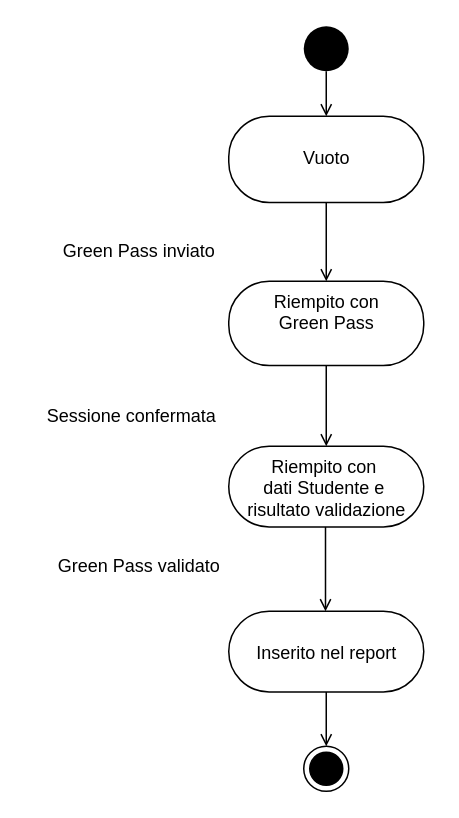
Alberto-00/EasyPass keeps this draw.io diagram as Documentazione/Resources/Statechart Esito.drawio. Above is the earlier version. Source tidied: cells renumbered, new cells numbered last; positions are measured from the earlier drawing's top-left corner, leaving out a move shared by most shapes. Both pictures are drawn from the tidied source at 150%, with x=0, y=0 at pixel (33, 26).
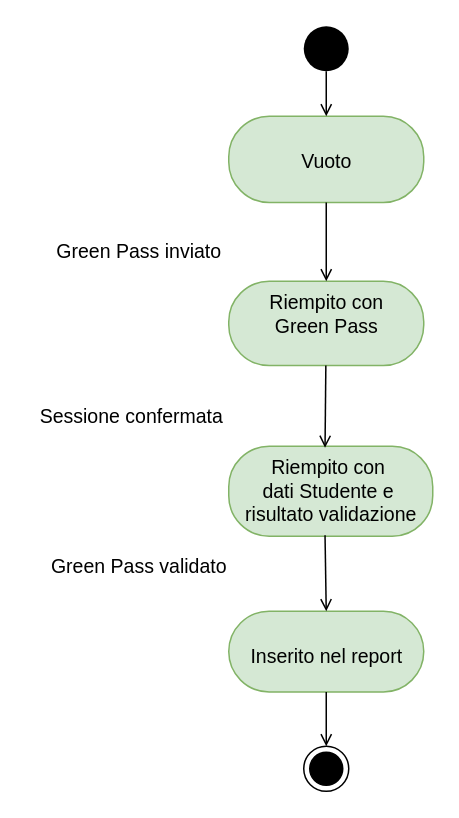
The same page after the edit.

Diff of the diagram source:
```diff
@@
 <mxGraphModel>
   <root>
     <mxCell id="0" />
     <mxCell id="1" parent="0" />
     <mxCell id="2" style="ellipse;fillColor=#000000;strokeColor=none;rotation=90;direction=south;" parent="1" vertex="1">
       <mxGeometry x="180" width="30" height="30" as="geometry" />
     </mxCell>
-    <mxCell id="3" value="&lt;br&gt;Vuoto" style="html=1;align=center;verticalAlign=top;rounded=1;absoluteArcSize=1;arcSize=54;dashed=0;" parent="1" vertex="1">
+    <mxCell id="3" value="&lt;font style=&quot;font-size: 13px&quot;&gt;&lt;br&gt;Vuoto&lt;/font&gt;" style="html=1;align=center;verticalAlign=top;rounded=1;absoluteArcSize=1;arcSize=54;dashed=0;fillColor=#d5e8d4;strokeColor=#82b366;" parent="1" vertex="1">
       <mxGeometry x="130" y="60" width="130" height="57.5" as="geometry" />
     </mxCell>
     <mxCell id="4" style="ellipse;html=1;shape=endState;fillColor=#000000;strokeColor=#000000;" parent="1" vertex="1">
       <mxGeometry x="180" y="480" width="30" height="30" as="geometry" />
     </mxCell>
-    <mxCell id="5" value="Green Pass inviato" style="text;html=1;align=center;verticalAlign=middle;strokeColor=none;fillColor=none;" parent="1" vertex="1">
-      <mxGeometry x="10" y="140" width="120" height="20" as="geometry" />
+    <mxCell id="5" value="&lt;font style=&quot;font-size: 13px&quot;&gt;Green Pass inviato&lt;/font&gt;" style="text;html=1;align=center;verticalAlign=middle;strokeColor=none;fillColor=none;" parent="1" vertex="1">
+      <mxGeometry x="5" y="140" width="130" height="20" as="geometry" />
     </mxCell>
-    <mxCell id="6" value="Green Pass validato" style="text;html=1;align=center;verticalAlign=middle;strokeColor=none;fillColor=none;" parent="1" vertex="1">
-      <mxGeometry x="10" y="350" width="120" height="20" as="geometry" />
+    <mxCell id="6" value="&lt;font style=&quot;font-size: 13px&quot;&gt;Green Pass validato&lt;/font&gt;" style="text;html=1;align=center;verticalAlign=middle;strokeColor=none;fillColor=none;" parent="1" vertex="1">
+      <mxGeometry x="5" y="350" width="130" height="20" as="geometry" />
     </mxCell>
-    <mxCell id="7" value="Riempito con&amp;nbsp;&lt;br&gt;dati Studente e&amp;nbsp;&lt;br&gt;risultato validazione" style="html=1;align=center;verticalAlign=top;rounded=1;absoluteArcSize=1;arcSize=54;dashed=0;" parent="1" vertex="1">
-      <mxGeometry x="130" y="280" width="130" height="53.8" as="geometry" />
+    <mxCell id="7" value="&lt;font style=&quot;font-size: 13px&quot;&gt;Riempito con&amp;nbsp;&lt;br&gt;dati Studente e&amp;nbsp;&lt;br&gt;risultato validazione&lt;/font&gt;" style="html=1;align=center;verticalAlign=top;rounded=1;absoluteArcSize=1;arcSize=54;dashed=0;fillColor=#d5e8d4;strokeColor=#82b366;" parent="1" vertex="1">
+      <mxGeometry x="130" y="280" width="136" height="60" as="geometry" />
     </mxCell>
-    <mxCell id="8" value="Riempito con&lt;br&gt;Green Pass" style="html=1;align=center;verticalAlign=top;rounded=1;absoluteArcSize=1;arcSize=54;dashed=0;" parent="1" vertex="1">
+    <mxCell id="8" value="&lt;font style=&quot;font-size: 13px&quot;&gt;Riempito con&lt;br&gt;Green Pass&lt;/font&gt;" style="html=1;align=center;verticalAlign=top;rounded=1;absoluteArcSize=1;arcSize=54;dashed=0;fillColor=#d5e8d4;strokeColor=#82b366;" parent="1" vertex="1">
       <mxGeometry x="130" y="170" width="130" height="56.2" as="geometry" />
     </mxCell>
-    <mxCell id="9" value="&lt;br&gt;Inserito nel report" style="html=1;align=center;verticalAlign=top;rounded=1;absoluteArcSize=1;arcSize=54;dashed=0;" parent="1" vertex="1">
+    <mxCell id="9" value="&lt;font style=&quot;font-size: 13px&quot;&gt;&lt;br&gt;Inserito nel report&lt;/font&gt;" style="html=1;align=center;verticalAlign=top;rounded=1;absoluteArcSize=1;arcSize=54;dashed=0;fillColor=#d5e8d4;strokeColor=#82b366;" parent="1" vertex="1">
       <mxGeometry x="130" y="390" width="130" height="53.8" as="geometry" />
     </mxCell>
-    <mxCell id="10" value="Sessione confermata" style="text;html=1;align=center;verticalAlign=middle;strokeColor=none;fillColor=none;" parent="1" vertex="1">
-      <mxGeometry y="250" width="130" height="20" as="geometry" />
+    <mxCell id="10" value="&lt;font style=&quot;font-size: 13px&quot;&gt;Sessione confermata&lt;/font&gt;" style="text;html=1;align=center;verticalAlign=middle;strokeColor=none;fillColor=none;" parent="1" vertex="1">
+      <mxGeometry x="-5" y="250" width="140" height="20" as="geometry" />
     </mxCell>
     <mxCell id="11" style="html=1;verticalAlign=bottom;labelBackgroundColor=none;endArrow=open;endFill=0;rounded=0;edgeStyle=orthogonalEdgeStyle;exitX=0.5;exitY=0;exitDx=0;exitDy=0;" parent="1" edge="1" source="2">
       <mxGeometry relative="1" as="geometry">
         <mxPoint x="195" y="60" as="targetPoint" />
       </mxGeometry>
     </mxCell>
     <mxCell id="12" style="html=1;verticalAlign=bottom;labelBackgroundColor=none;endArrow=open;endFill=0;rounded=0;edgeStyle=orthogonalEdgeStyle;exitX=0.5;exitY=1;exitDx=0;exitDy=0;entryX=0.5;entryY=0;entryDx=0;entryDy=0;" parent="1" edge="1" source="3" target="8">
       <mxGeometry relative="1" as="geometry" />
     </mxCell>
-    <mxCell id="13" style="html=1;verticalAlign=bottom;labelBackgroundColor=none;endArrow=open;endFill=0;rounded=0;edgeStyle=orthogonalEdgeStyle;" parent="1" edge="1" source="8" target="7">
+    <mxCell id="13" style="html=1;verticalAlign=bottom;labelBackgroundColor=none;endArrow=open;endFill=0;rounded=0;entryX=0.472;entryY=0.018;entryDx=0;entryDy=0;entryPerimeter=0;" parent="1" edge="1" source="8" target="7">
       <mxGeometry relative="1" as="geometry" />
     </mxCell>
-    <mxCell id="14" style="html=1;verticalAlign=bottom;labelBackgroundColor=none;endArrow=open;endFill=0;rounded=0;edgeStyle=orthogonalEdgeStyle;exitX=0.5;exitY=1;exitDx=0;exitDy=0;" parent="1" edge="1" target="9">
-      <mxGeometry relative="1" as="geometry">
-        <mxPoint x="194.5" y="333.8" as="sourcePoint" />
-      </mxGeometry>
+    <mxCell id="14" style="html=1;verticalAlign=bottom;labelBackgroundColor=none;endArrow=open;endFill=0;rounded=0;exitX=0.472;exitY=0.989;exitDx=0;exitDy=0;entryX=0.5;entryY=0;entryDx=0;entryDy=0;exitPerimeter=0;" parent="1" edge="1" source="7" target="9">
+      <mxGeometry relative="1" as="geometry" />
     </mxCell>
     <mxCell id="15" style="html=1;verticalAlign=bottom;labelBackgroundColor=none;endArrow=open;endFill=0;rounded=0;edgeStyle=orthogonalEdgeStyle;" parent="1" edge="1" source="9" target="4">
       <mxGeometry relative="1" as="geometry" />
     </mxCell>
   </root>
 </mxGraphModel>
```
